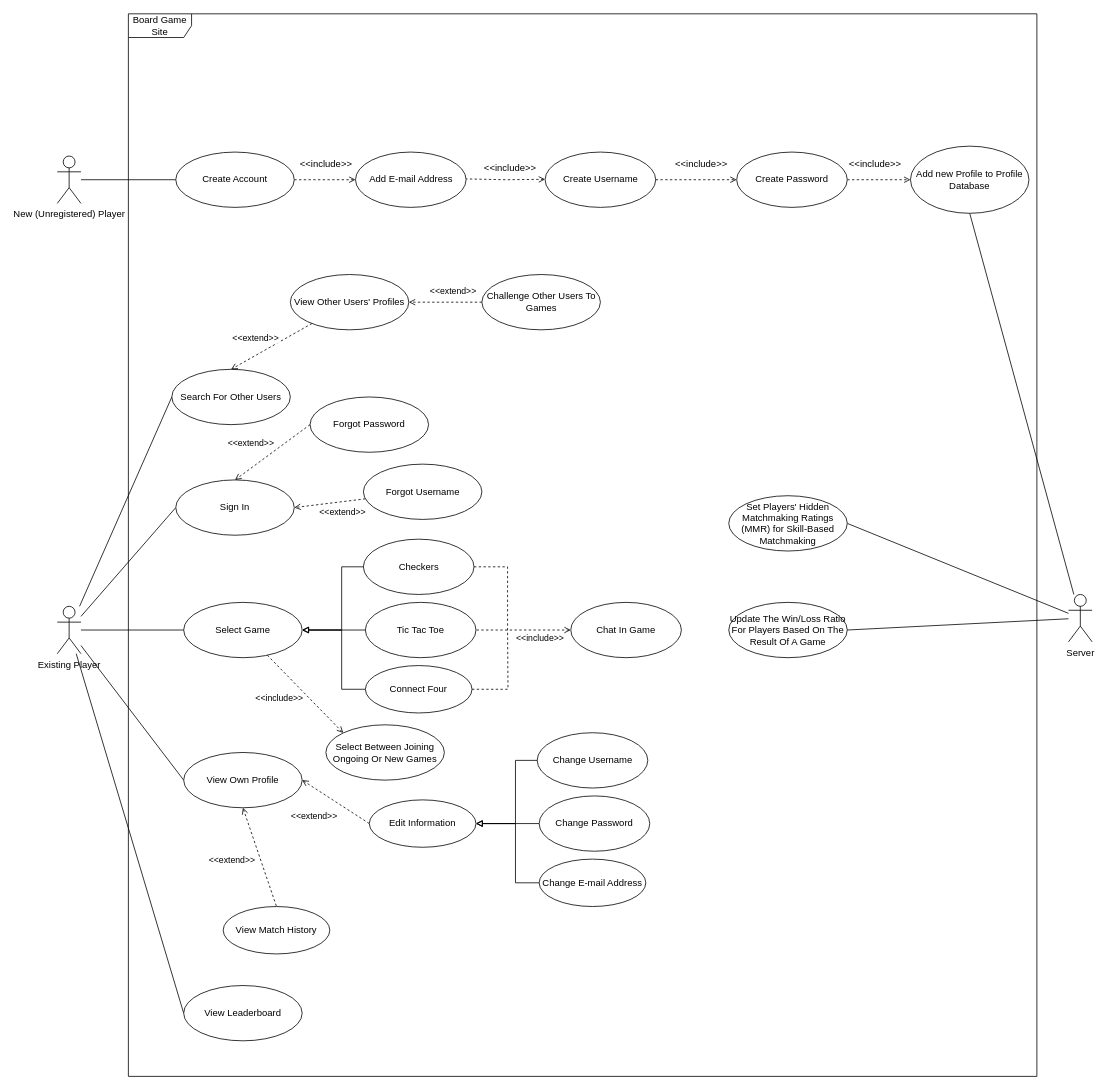
The draw.io diagram use_case_diagram.drawio in illiteratewaffle/RetroArcade, before the edit. Source tidied: cells renumbered, new cells numbered last; positions are measured from the earlier drawing's top-left corner, leaving out a move shared by most shapes. Both pictures are drawn from the tidied source at 79%, with x=0, y=0 at pixel (57, 13).
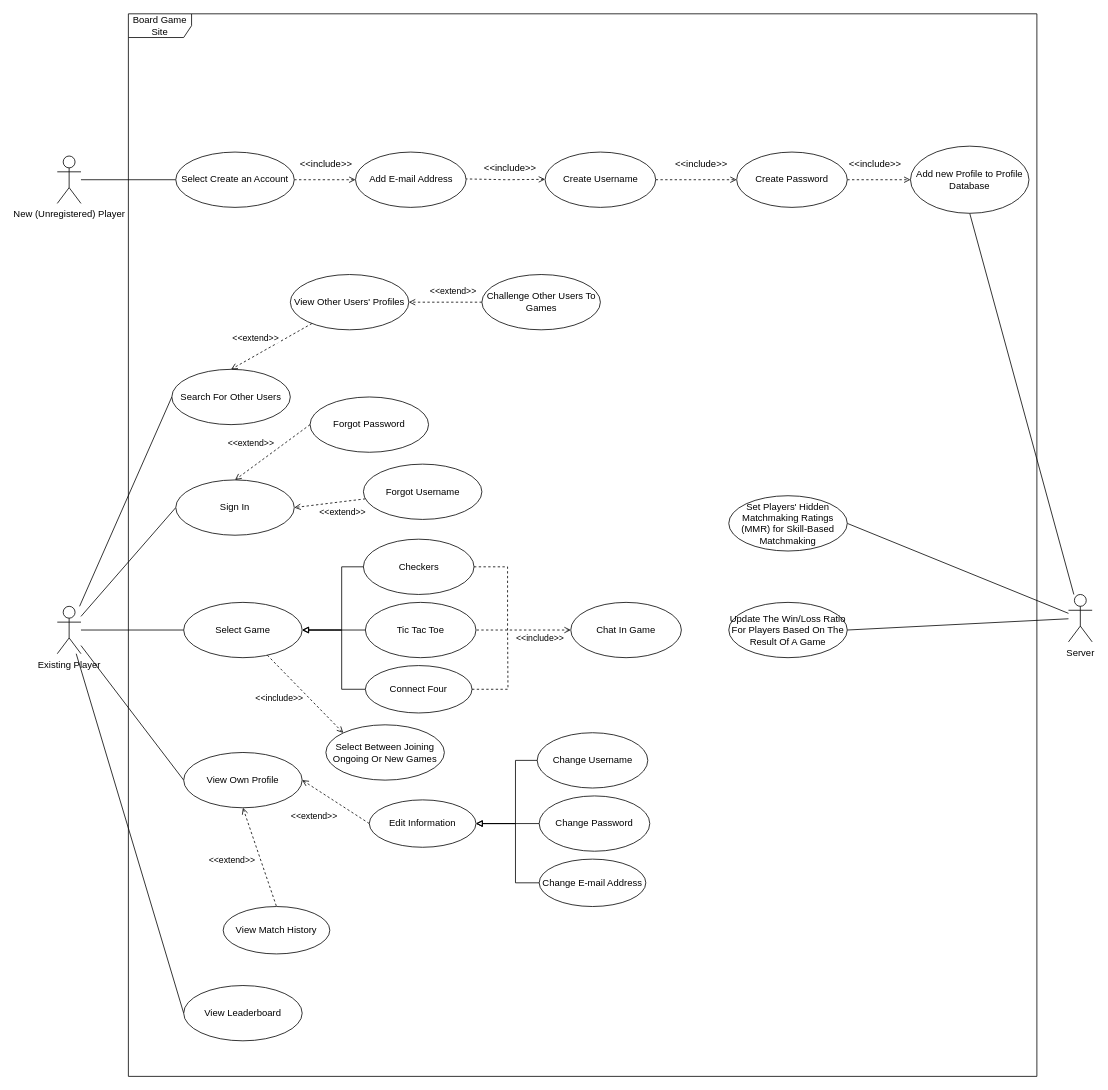
Above is the later version.

Commit message (it also covers changes not shown here):
Completed use case description for Select Create an Account.

The edit, as a diff of the source:
```diff
@@
-    <mxCell id="61" value="Create Account" style="ellipse;whiteSpace=wrap;html=1;" parent="1" vertex="1">
+    <mxCell id="61" value="Select Create an Account" style="ellipse;whiteSpace=wrap;html=1;" parent="1" vertex="1">
       <mxGeometry x="150" y="175" width="150" height="70" as="geometry" />
     </mxCell>
```
